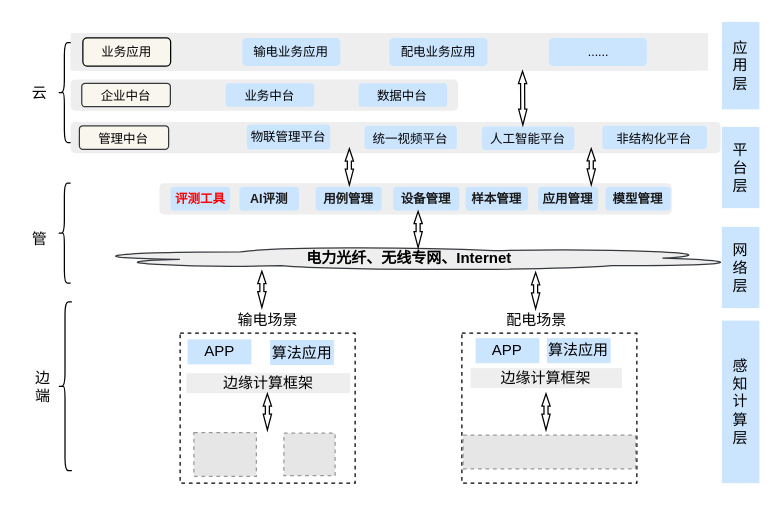
Earlier version of the draw.io diagram page "系统逻辑分层组件视图" (1 of 7) of 电力物联网边缘侧场景下视觉算法模型评估验证技术能力提升.drawio (paleblackless/diagrams). Source tidied: cells renumbered, new cells numbered last; positions are measured from the earlier drawing's top-left corner, leaving out a move shared by most shapes. Both pictures are drawn from the tidied source at 125%, with x=0, y=0 at pixel (21, 21). Pictures stored in the file or linked from it are replaced by grey dashed boxes.
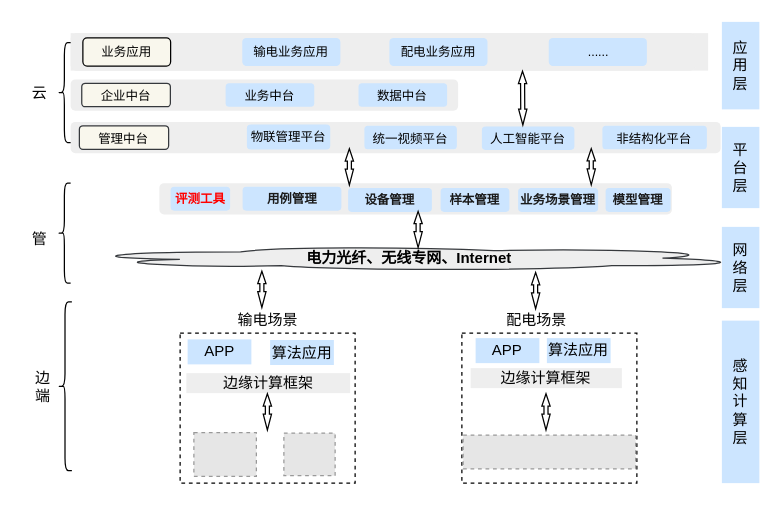
The same page after the edit.

Change to the diagram source:
```diff
@@
-    <mxCell id="27" value="&lt;font color=&quot;#1a1a1a&quot;&gt;&lt;b&gt;AI评测&lt;/b&gt;&lt;/font&gt;" style="rounded=1;whiteSpace=wrap;html=1;fillColor=#cce5ff;strokeColor=none;fontSize=10;" parent="1" vertex="1">
-      <mxGeometry x="174" y="131.9" width="47.6" height="19.1" as="geometry" />
-    </mxCell>
     <mxCell id="28" value="&lt;font color=&quot;#1a1a1a&quot;&gt;&lt;b&gt;设备管理&lt;/b&gt;&lt;/font&gt;" style="rounded=1;whiteSpace=wrap;html=1;fillColor=#cce5ff;strokeColor=none;fontSize=10;" parent="1" vertex="1">
-      <mxGeometry x="297" y="131.9" width="53" height="19.1" as="geometry" />
+      <mxGeometry x="261" y="132.9" width="67" height="19.1" as="geometry" />
     </mxCell>
     <mxCell id="29" value="&lt;font color=&quot;#1a1a1a&quot;&gt;&lt;b&gt;样本管理&lt;/b&gt;&lt;/font&gt;" style="rounded=1;whiteSpace=wrap;html=1;fillColor=#cce5ff;strokeColor=none;fontSize=10;" parent="1" vertex="1">
-      <mxGeometry x="355" y="131.9" width="50" height="19.1" as="geometry" />
+      <mxGeometry x="335" y="132.9" width="55" height="19.1" as="geometry" />
     </mxCell>
-    <mxCell id="30" value="&lt;font color=&quot;#1a1a1a&quot;&gt;&lt;b&gt;应用管理&lt;/b&gt;&lt;/font&gt;" style="rounded=1;whiteSpace=wrap;html=1;fillColor=#cce5ff;strokeColor=none;fontSize=10;" parent="1" vertex="1">
-      <mxGeometry x="413" y="131.9" width="48" height="19.1" as="geometry" />
+    <mxCell id="30" value="&lt;font color=&quot;#1a1a1a&quot;&gt;&lt;b&gt;业务场景管理&lt;/b&gt;&lt;/font&gt;" style="rounded=1;whiteSpace=wrap;html=1;fillColor=#cce5ff;strokeColor=none;fontSize=10;" parent="1" vertex="1">
+      <mxGeometry x="397" y="132.9" width="64" height="19.1" as="geometry" />
     </mxCell>
     <mxCell id="31" value="&lt;font color=&quot;#1a1a1a&quot;&gt;&lt;b&gt;模型管理&lt;/b&gt;&lt;/font&gt;" style="rounded=1;whiteSpace=wrap;html=1;fillColor=#cce5ff;strokeColor=none;fontSize=10;" parent="1" vertex="1">
-      <mxGeometry x="467" y="131.9" width="52" height="19.1" as="geometry" />
+      <mxGeometry x="467" y="132.9" width="52" height="19.1" as="geometry" />
     </mxCell>
@@
     <mxCell id="63" value="&lt;font color=&quot;#1a1a1a&quot;&gt;&lt;b&gt;用例管理&lt;/b&gt;&lt;/font&gt;" style="rounded=1;whiteSpace=wrap;html=1;fillColor=#cce5ff;strokeColor=none;fontSize=10;" parent="1" vertex="1">
-      <mxGeometry x="235" y="131.9" width="53" height="19.1" as="geometry" />
+      <mxGeometry x="176.6" y="131.9" width="79" height="19.1" as="geometry" />
     </mxCell>
```
